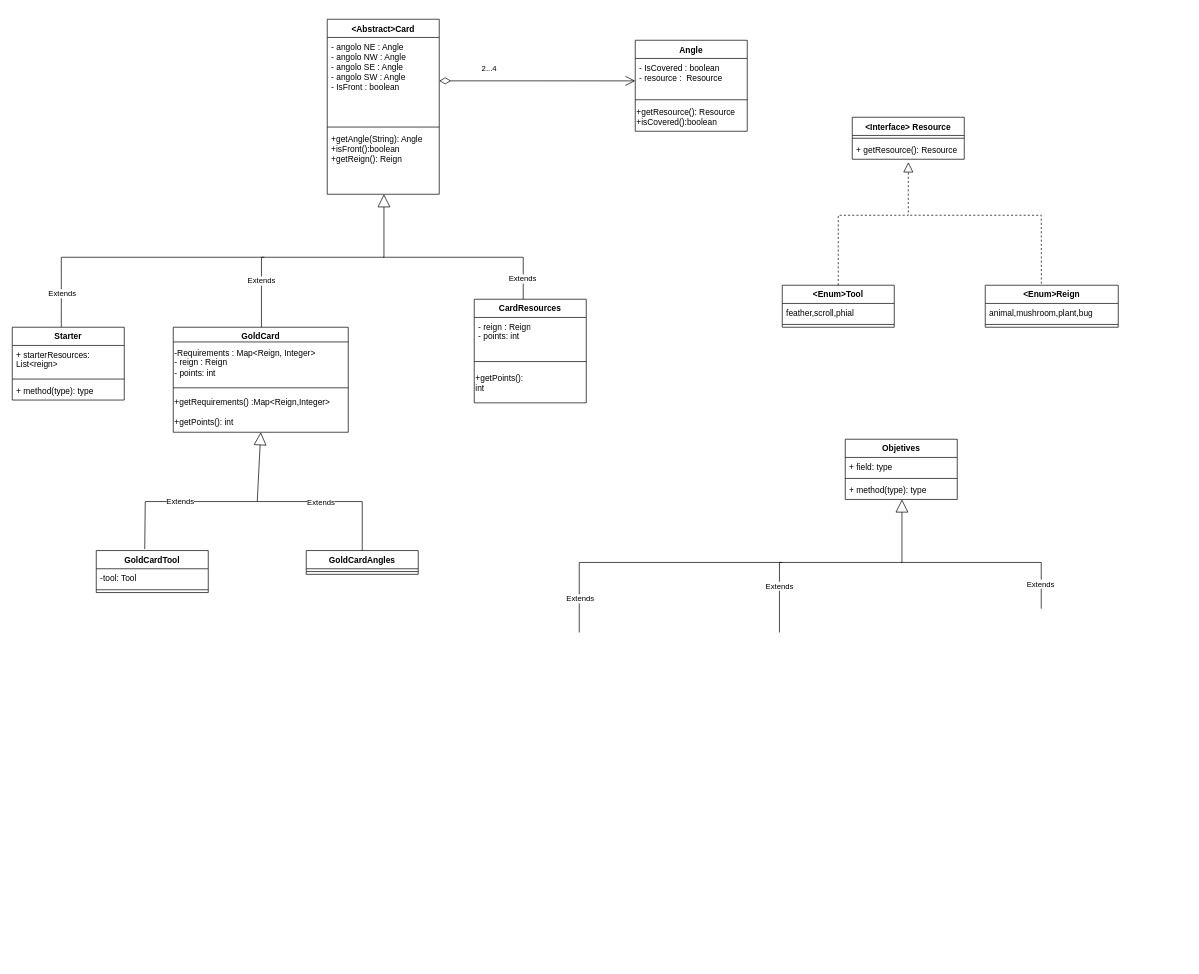
MaximilianMangosi/ing-sw-2024-Mangosi-Laguardia-Lapi-Mattina keeps this draw.io diagram as Diagramma senza titolo.drawio. Above is the earlier version. Source tidied: cells renumbered, new cells numbered last; positions are measured from the earlier drawing's top-left corner, leaving out a move shared by most shapes. Both pictures are drawn from the tidied source at 70%, with x=0, y=0 at pixel (12, 19).
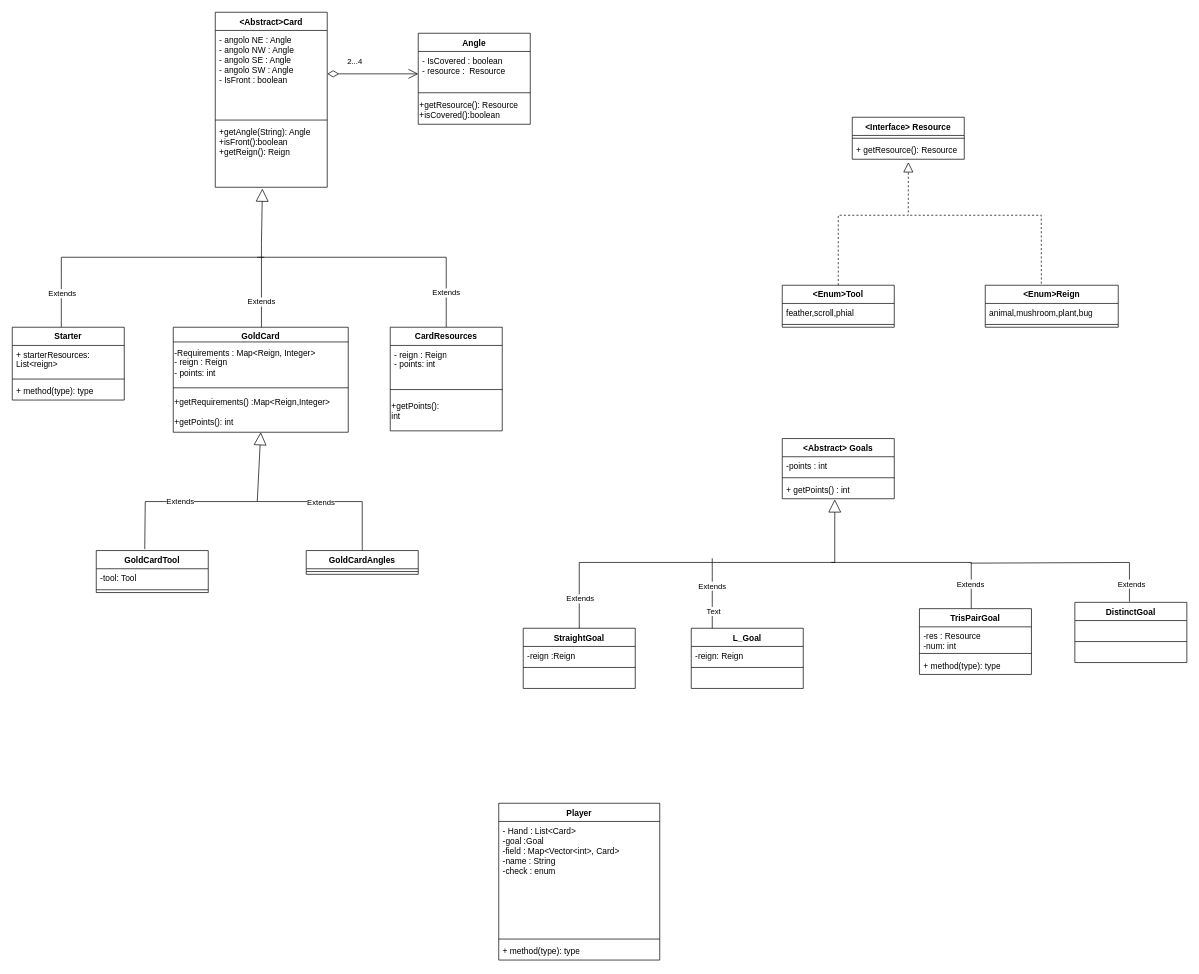
The same diagram, later.

The change refers to these unchanged cells:
```xml
<mxCell id="5" value="&lt;div&gt;+getAngle(String): Angle&lt;br&gt;&lt;/div&gt;&lt;div&gt;+isFront():boolean&lt;/div&gt;&lt;div&gt;+getReign(): Reign&lt;/div&gt;" style="text;strokeColor=none;fillColor=none;align=left;verticalAlign=top;spacingLeft=4;spacingRight=4;overflow=hidden;points=[[0,0.5],[1,0.5]];portConstraint=eastwest;whiteSpace=wrap;html=1;" parent="2" vertex="1">
  <mxGeometry y="158" width="160" height="92" as="geometry" />
</mxCell>
```

Diff of the diagram source:
```diff
@@
     <mxCell id="2" value="&amp;lt;Abstract&amp;gt;Card" style="swimlane;fontStyle=1;align=center;verticalAlign=top;horizontal=1;startSize=26;whiteSpace=wrap;html=1;" parent="1" vertex="1">
-      <mxGeometry x="450" width="160" height="250" as="geometry" />
+      <mxGeometry x="290" y="-10" width="160" height="250" as="geometry" />
     </mxCell>
@@
     <mxCell id="6" value="Angle" style="swimlane;fontStyle=1;align=center;verticalAlign=top;horizontal=1;startSize=26;whiteSpace=wrap;html=1;" parent="1" vertex="1">
-      <mxGeometry x="890" y="30" width="160" height="130" as="geometry" />
+      <mxGeometry x="580" y="20" width="160" height="130" as="geometry" />
     </mxCell>
@@
-    <mxCell id="21" value="Extends" style="endArrow=block;endSize=16;endFill=0;html=1;rounded=0;entryX=0.5;entryY=1;entryDx=0;entryDy=0;exitX=0.5;exitY=0;exitDx=0;exitDy=0;" parent="1" edge="1">
+    <mxCell id="21" value="Extends" style="endArrow=block;endSize=16;endFill=0;html=1;rounded=0;exitX=0.5;exitY=0;exitDx=0;exitDy=0;entryX=0.421;entryY=1.022;entryDx=0;entryDy=0;entryPerimeter=0;" parent="1" edge="1" target="5">
       <mxGeometry x="-0.64" relative="1" as="geometry">
         <mxPoint x="356" y="440" as="sourcePoint" />
-        <mxPoint x="531" y="250" as="targetPoint" />
         <Array as="points">
           <mxPoint x="356" y="340" />
-          <mxPoint x="531" y="340" />
+          <mxPoint x="356" y="320" />
         </Array>
       </mxGeometry>
     </mxCell>
@@
-    <mxCell id="28" style="endArrow=none;html=1;rounded=0;entryX=0.5;entryY=0;entryDx=0;entryDy=0;" parent="1" edge="1">
+    <mxCell id="28" style="endArrow=none;html=1;rounded=0;entryX=0.5;entryY=0;entryDx=0;entryDy=0;" parent="1" edge="1" target="37">
       <mxGeometry relative="1" as="geometry">
-        <mxPoint x="530" y="340" as="sourcePoint" />
-        <mxPoint x="730" y="406" as="targetPoint" />
+        <mxPoint x="350" y="340" as="sourcePoint" />
         <Array as="points">
-          <mxPoint x="730" y="340" />
+          <mxPoint x="620" y="340" />
         </Array>
       </mxGeometry>
     </mxCell>
     <mxCell id="29" value="Extends" style="edgeLabel;html=1;align=center;verticalAlign=middle;" parent="28" vertex="1">
       <mxGeometry x="0.32" y="-2" relative="1" as="geometry">
-        <mxPoint x="22" y="28" as="offset" />
+        <mxPoint x="25" y="48" as="offset" />
       </mxGeometry>
     </mxCell>
@@
     <mxCell id="37" value="CardResources" style="swimlane;fontStyle=1;align=center;verticalAlign=top;horizontal=1;startSize=26;whiteSpace=wrap;html=1;" parent="1" vertex="1">
-      <mxGeometry x="660" y="400" width="160" height="148" as="geometry" />
+      <mxGeometry x="540" y="440" width="160" height="148" as="geometry" />
     </mxCell>
@@
-    <mxCell id="47" value="Objetives" style="swimlane;fontStyle=1;align=center;verticalAlign=top;horizontal=1;startSize=26;whiteSpace=wrap;html=1;" parent="1" vertex="1">
-      <mxGeometry x="1190" y="600" width="160" height="86" as="geometry" />
+    <mxCell id="47" value="&amp;lt;Abstract&amp;gt; Goals" style="swimlane;fontStyle=1;align=center;verticalAlign=top;horizontal=1;startSize=26;whiteSpace=wrap;html=1;" parent="1" vertex="1">
+      <mxGeometry x="1100" y="599" width="160" height="86" as="geometry" />
     </mxCell>
-    <mxCell id="48" value="+ field: type" style="text;strokeColor=none;fillColor=none;align=left;verticalAlign=top;spacingLeft=4;spacingRight=4;overflow=hidden;whiteSpace=wrap;html=1;" parent="47" vertex="1">
+    <mxCell id="48" value="-points : int" style="text;strokeColor=none;fillColor=none;align=left;verticalAlign=top;spacingLeft=4;spacingRight=4;overflow=hidden;whiteSpace=wrap;html=1;" parent="47" vertex="1">
       <mxGeometry y="26" width="160" height="26" as="geometry" />
     </mxCell>
@@
-    <mxCell id="50" value="+ method(type): type" style="text;strokeColor=none;fillColor=none;align=left;verticalAlign=top;spacingLeft=4;spacingRight=4;overflow=hidden;whiteSpace=wrap;html=1;" parent="47" vertex="1">
+    <mxCell id="50" value="+ getPoints() : int" style="text;strokeColor=none;fillColor=none;align=left;verticalAlign=top;spacingLeft=4;spacingRight=4;overflow=hidden;whiteSpace=wrap;html=1;" parent="47" vertex="1">
       <mxGeometry y="60" width="160" height="26" as="geometry" />
     </mxCell>
     <mxCell id="51" value="Extends" style="endArrow=block;endSize=16;endFill=0;html=1;rounded=0;entryX=0.5;entryY=1;entryDx=0;entryDy=0;exitX=0.5;exitY=0;exitDx=0;exitDy=0;" parent="1" edge="1">
       <mxGeometry x="-0.64" relative="1" as="geometry">
-        <mxPoint x="1096" y="876" as="sourcePoint" />
-        <mxPoint x="1271" y="686" as="targetPoint" />
+        <mxPoint x="1000" y="876" as="sourcePoint" />
+        <mxPoint x="1175" y="686" as="targetPoint" />
         <Array as="points">
-          <mxPoint x="1096" y="776" />
-          <mxPoint x="1271" y="776" />
+          <mxPoint x="1000" y="776" />
+          <mxPoint x="1175" y="776" />
         </Array>
       </mxGeometry>
     </mxCell>
+    <mxCell id="56" value="Text" style="edgeLabel;html=1;align=center;verticalAlign=middle;" parent="51" vertex="1">
+      <mxGeometry x="-0.83" y="-1" relative="1" as="geometry" />
+    </mxCell>
     <mxCell id="52" style="endArrow=none;html=1;rounded=0;entryX=0.5;entryY=0;entryDx=0;entryDy=0;" parent="1" edge="1">
       <mxGeometry relative="1" as="geometry">
-        <mxPoint x="1270" y="776" as="sourcePoint" />
-        <mxPoint x="1470" y="842" as="targetPoint" />
+        <mxPoint x="1170" y="776" as="sourcePoint" />
+        <mxPoint x="1370" y="842" as="targetPoint" />
         <Array as="points">
-          <mxPoint x="1470" y="776" />
+          <mxPoint x="1370" y="776" />
         </Array>
       </mxGeometry>
     </mxCell>
@@
     <mxCell id="54" style="endArrow=none;html=1;edgeStyle=orthogonalEdgeStyle;rounded=0;exitX=0.438;exitY=0;exitDx=0;exitDy=0;exitPerimeter=0;" parent="1" edge="1">
       <mxGeometry relative="1" as="geometry">
         <mxPoint x="810" y="876" as="sourcePoint" />
-        <mxPoint x="1100" y="776" as="targetPoint" />
+        <mxPoint x="1000" y="770" as="targetPoint" />
         <Array as="points">
           <mxPoint x="810" y="776" />
         </Array>
       </mxGeometry>
     </mxCell>
@@
+    <mxCell id="57" style="endArrow=none;html=1;rounded=0;" parent="1" edge="1">
+      <mxGeometry relative="1" as="geometry">
+        <mxPoint x="1369" y="777" as="sourcePoint" />
+        <mxPoint x="1596" y="832" as="targetPoint" />
+        <Array as="points">
+          <mxPoint x="1596" y="776" />
+        </Array>
+      </mxGeometry>
+    </mxCell>
+    <mxCell id="58" value="Extends" style="edgeLabel;html=1;align=center;verticalAlign=middle;" parent="57" vertex="1">
+      <mxGeometry x="0.32" y="-2" relative="1" as="geometry">
+        <mxPoint x="42" y="28" as="offset" />
+      </mxGeometry>
+    </mxCell>
+    <mxCell id="59" value="StraightGoal" style="swimlane;fontStyle=1;align=center;verticalAlign=top;horizontal=1;startSize=26;whiteSpace=wrap;html=1;" parent="1" vertex="1">
+      <mxGeometry x="730" y="870" width="160" height="86" as="geometry" />
+    </mxCell>
+    <mxCell id="60" value="-reign :Reign" style="text;strokeColor=none;fillColor=none;align=left;verticalAlign=top;spacingLeft=4;spacingRight=4;overflow=hidden;whiteSpace=wrap;html=1;" parent="59" vertex="1">
+      <mxGeometry y="26" width="160" height="26" as="geometry" />
+    </mxCell>
+    <mxCell id="61" style="line;strokeWidth=1;fillColor=none;align=left;verticalAlign=middle;spacingTop=-1;spacingLeft=3;spacingRight=3;labelPosition=right;strokeColor=inherit;" parent="59" vertex="1">
+      <mxGeometry y="52" width="160" height="8" as="geometry" />
+    </mxCell>
+    <mxCell id="62" value="&amp;nbsp;" style="text;strokeColor=none;fillColor=none;align=left;verticalAlign=top;spacingLeft=4;spacingRight=4;overflow=hidden;whiteSpace=wrap;html=1;" parent="59" vertex="1">
+      <mxGeometry y="60" width="160" height="26" as="geometry" />
+    </mxCell>
+    <mxCell id="63" value="L_Goal" style="swimlane;fontStyle=1;align=center;verticalAlign=top;horizontal=1;startSize=26;whiteSpace=wrap;html=1;" parent="1" vertex="1">
+      <mxGeometry x="970" y="870" width="160" height="86" as="geometry" />
+    </mxCell>
+    <mxCell id="64" value="-reign: Reign" style="text;strokeColor=none;fillColor=none;align=left;verticalAlign=top;spacingLeft=4;spacingRight=4;overflow=hidden;whiteSpace=wrap;html=1;" parent="63" vertex="1">
+      <mxGeometry y="26" width="160" height="26" as="geometry" />
+    </mxCell>
+    <mxCell id="65" style="line;strokeWidth=1;fillColor=none;align=left;verticalAlign=middle;spacingTop=-1;spacingLeft=3;spacingRight=3;labelPosition=right;strokeColor=inherit;" parent="63" vertex="1">
+      <mxGeometry y="52" width="160" height="8" as="geometry" />
+    </mxCell>
+    <mxCell id="66" value="&amp;nbsp;" style="text;strokeColor=none;fillColor=none;align=left;verticalAlign=top;spacingLeft=4;spacingRight=4;overflow=hidden;whiteSpace=wrap;html=1;" parent="63" vertex="1">
+      <mxGeometry y="60" width="160" height="26" as="geometry" />
+    </mxCell>
+    <mxCell id="67" value="TrisPairGoal" style="swimlane;fontStyle=1;align=center;verticalAlign=top;horizontal=1;startSize=26;whiteSpace=wrap;html=1;" parent="1" vertex="1">
+      <mxGeometry x="1296" y="842" width="160" height="94" as="geometry" />
+    </mxCell>
+    <mxCell id="68" value="-res : Resource&lt;div&gt;-num: int&lt;/div&gt;" style="text;strokeColor=none;fillColor=none;align=left;verticalAlign=top;spacingLeft=4;spacingRight=4;overflow=hidden;whiteSpace=wrap;html=1;" parent="67" vertex="1">
+      <mxGeometry y="26" width="160" height="34" as="geometry" />
+    </mxCell>
+    <mxCell id="69" style="line;strokeWidth=1;fillColor=none;align=left;verticalAlign=middle;spacingTop=-1;spacingLeft=3;spacingRight=3;labelPosition=right;strokeColor=inherit;" parent="67" vertex="1">
+      <mxGeometry y="60" width="160" height="8" as="geometry" />
+    </mxCell>
+    <mxCell id="70" value="+ method(type): type" style="text;strokeColor=none;fillColor=none;align=left;verticalAlign=top;spacingLeft=4;spacingRight=4;overflow=hidden;whiteSpace=wrap;html=1;" parent="67" vertex="1">
+      <mxGeometry y="68" width="160" height="26" as="geometry" />
+    </mxCell>
+    <mxCell id="71" value="DistinctGoal" style="swimlane;fontStyle=1;align=center;verticalAlign=top;horizontal=1;startSize=26;whiteSpace=wrap;html=1;" parent="1" vertex="1">
+      <mxGeometry x="1518" y="833" width="160" height="86" as="geometry" />
+    </mxCell>
+    <mxCell id="72" value="&amp;nbsp;" style="text;strokeColor=none;fillColor=none;align=left;verticalAlign=top;spacingLeft=4;spacingRight=4;overflow=hidden;whiteSpace=wrap;html=1;" parent="71" vertex="1">
+      <mxGeometry y="26" width="160" height="26" as="geometry" />
+    </mxCell>
+    <mxCell id="73" style="line;strokeWidth=1;fillColor=none;align=left;verticalAlign=middle;spacingTop=-1;spacingLeft=3;spacingRight=3;labelPosition=right;strokeColor=inherit;" parent="71" vertex="1">
+      <mxGeometry y="52" width="160" height="8" as="geometry" />
+    </mxCell>
+    <mxCell id="74" value="&amp;nbsp;" style="text;strokeColor=none;fillColor=none;align=left;verticalAlign=top;spacingLeft=4;spacingRight=4;overflow=hidden;whiteSpace=wrap;html=1;" parent="71" vertex="1">
+      <mxGeometry y="60" width="160" height="26" as="geometry" />
+    </mxCell>
+    <mxCell id="75" value="Player" style="swimlane;fontStyle=1;align=center;verticalAlign=top;horizontal=1;startSize=26;whiteSpace=wrap;html=1;" parent="1" vertex="1">
+      <mxGeometry x="695" y="1120" width="230" height="224" as="geometry" />
+    </mxCell>
+    <mxCell id="76" value="- Hand : List&amp;lt;Card&amp;gt;&lt;div&gt;-goal :Goal&lt;/div&gt;&lt;div&gt;-field : Map&amp;lt;Vector&amp;lt;int&amp;gt;, Card&amp;gt;&lt;/div&gt;&lt;div&gt;-name : String&lt;/div&gt;&lt;div&gt;-check : enum&lt;/div&gt;" style="text;strokeColor=none;fillColor=none;align=left;verticalAlign=top;spacingLeft=4;spacingRight=4;overflow=hidden;whiteSpace=wrap;html=1;" parent="75" vertex="1">
+      <mxGeometry y="26" width="230" height="164" as="geometry" />
+    </mxCell>
+    <mxCell id="77" style="line;strokeWidth=1;fillColor=none;align=left;verticalAlign=middle;spacingTop=-1;spacingLeft=3;spacingRight=3;labelPosition=right;strokeColor=inherit;" parent="75" vertex="1">
+      <mxGeometry y="190" width="230" height="8" as="geometry" />
+    </mxCell>
+    <mxCell id="78" value="+ method(type): type" style="text;strokeColor=none;fillColor=none;align=left;verticalAlign=top;spacingLeft=4;spacingRight=4;overflow=hidden;whiteSpace=wrap;html=1;" parent="75" vertex="1">
+      <mxGeometry y="198" width="230" height="26" as="geometry" />
+    </mxCell>
```
